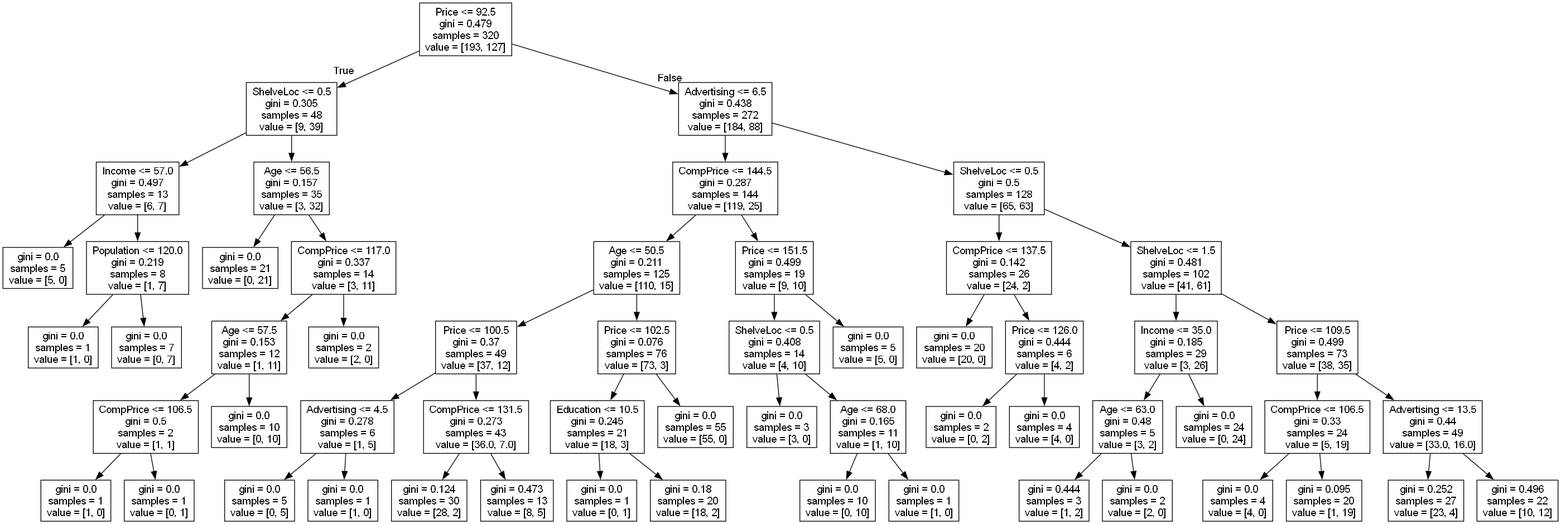
Before: carseat_tree.png, a diagram exported from Graphviz (muzaffarizamuddin/machine-learning-course). Its source is kept beside it as carseat_tree.dot.
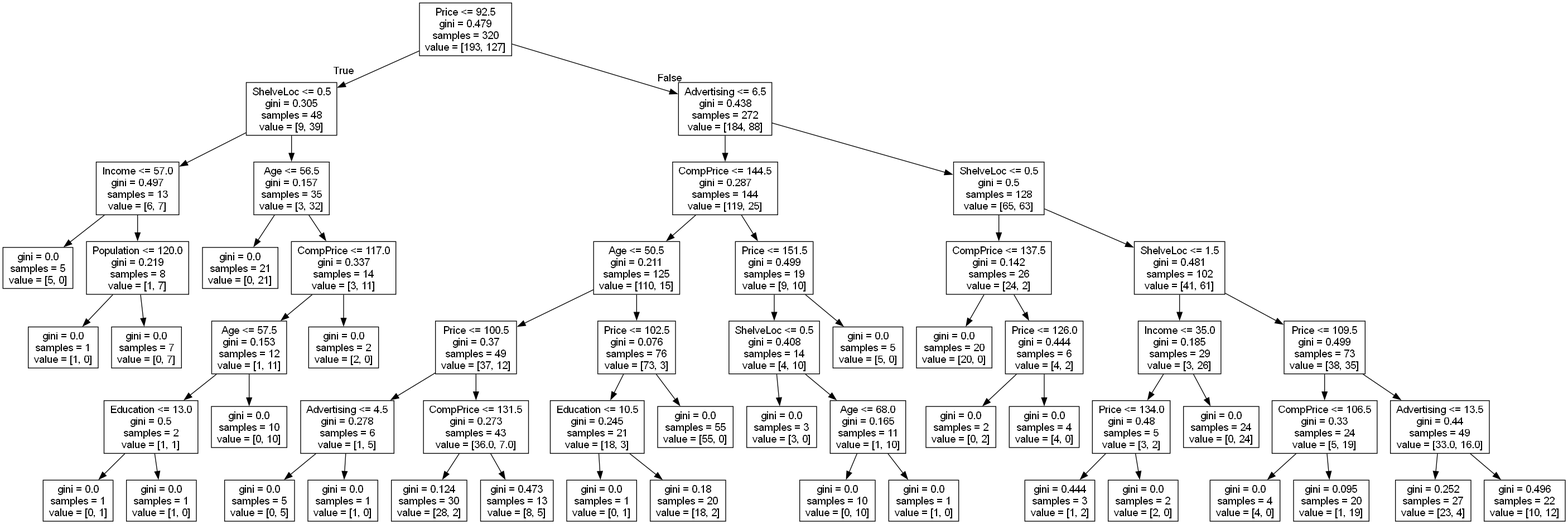
Above is the later version.

The edit, as a diff of the source:
```diff
@@ -22,11 +22,11 @@
 7 -> 9 ;
 10 [label="Age <= 57.5\ngini = 0.153\nsamples = 12\nvalue = [1, 11]"] ;
 9 -> 10 ;
-11 [label="CompPrice <= 106.5\ngini = 0.5\nsamples = 2\nvalue = [1, 1]"] ;
+11 [label="Education <= 13.0\ngini = 0.5\nsamples = 2\nvalue = [1, 1]"] ;
 10 -> 11 ;
-12 [label="gini = 0.0\nsamples = 1\nvalue = [1, 0]"] ;
+12 [label="gini = 0.0\nsamples = 1\nvalue = [0, 1]"] ;
 11 -> 12 ;
-13 [label="gini = 0.0\nsamples = 1\nvalue = [0, 1]"] ;
+13 [label="gini = 0.0\nsamples = 1\nvalue = [1, 0]"] ;
 11 -> 13 ;
 14 [label="gini = 0.0\nsamples = 10\nvalue = [0, 10]"] ;
 10 -> 14 ;
@@ -92,7 +92,7 @@
 38 -> 44 ;
 45 [label="Income <= 35.0\ngini = 0.185\nsamples = 29\nvalue = [3, 26]"] ;
 44 -> 45 ;
-46 [label="Age <= 63.0\ngini = 0.48\nsamples = 5\nvalue = [3, 2]"] ;
+46 [label="Price <= 134.0\ngini = 0.48\nsamples = 5\nvalue = [3, 2]"] ;
 45 -> 46 ;
 47 [label="gini = 0.444\nsamples = 3\nvalue = [1, 2]"] ;
 46 -> 47 ;
```
